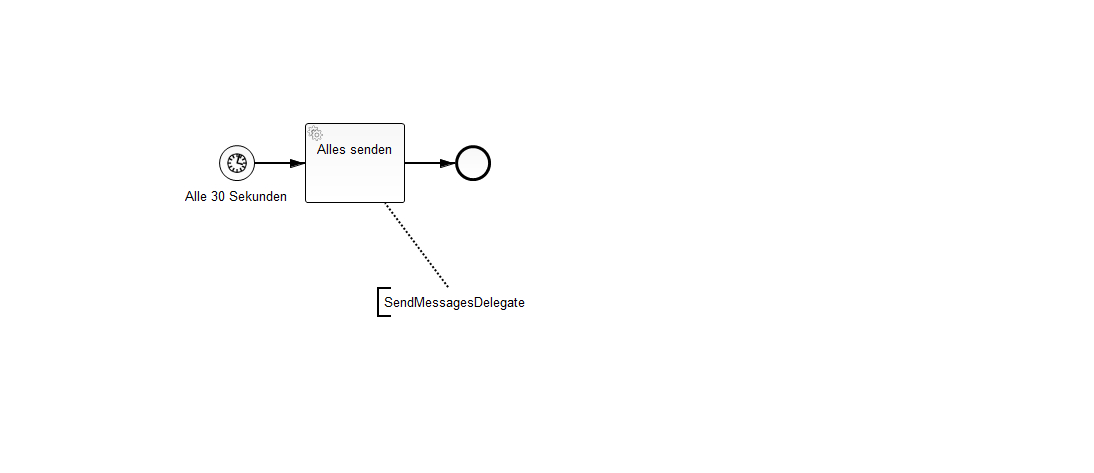
gheddie/speedys-resourceplanning keeps this BPMN diagram as resourceplanning-bpm/src/main/resources/MailTriggerProcess.png. Above is the earlier version. Its source is kept beside it as resourceplanning-bpm/src/main/resources/MailTriggerProcess.bpmn. Ids are renumbered.
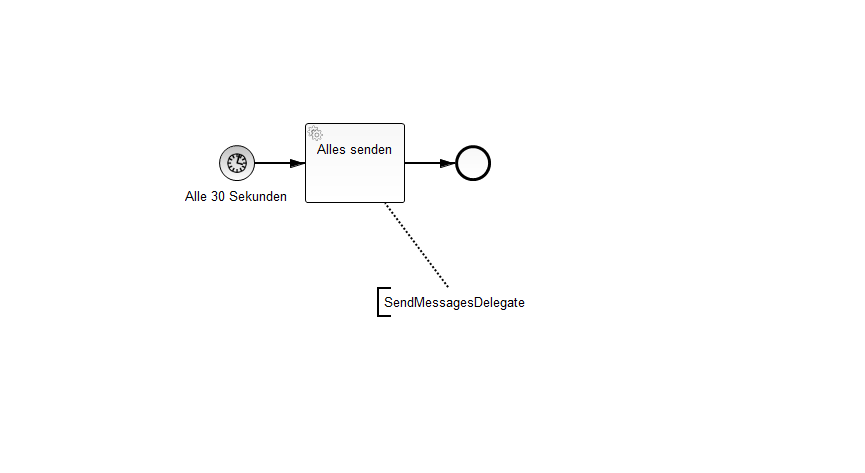
After the change.

The edit, as a diff of the source:
```diff
@@ -3,7 +3,7 @@
     <bpmn2:startEvent id="StartEvent_1" name="Alle 30 Sekunden">
       <bpmn2:outgoing>SequenceFlow_1</bpmn2:outgoing>
       <bpmn2:timerEventDefinition id="_TimerEventDefinition_2">
-        <bpmn2:timeCycle xsi:type="bpmn2:tFormalExpression">R/PT10S</bpmn2:timeCycle>
+        <bpmn2:timeCycle xsi:type="bpmn2:tFormalExpression">R/PT30S</bpmn2:timeCycle>
       </bpmn2:timerEventDefinition>
     </bpmn2:startEvent>
     <bpmn2:serviceTask id="ServiceTask_1" camunda:class="de.trispeedys.resourceplanning.delegate.mailtrigger.SendMessagesDelegate" name="Alles senden">
```
